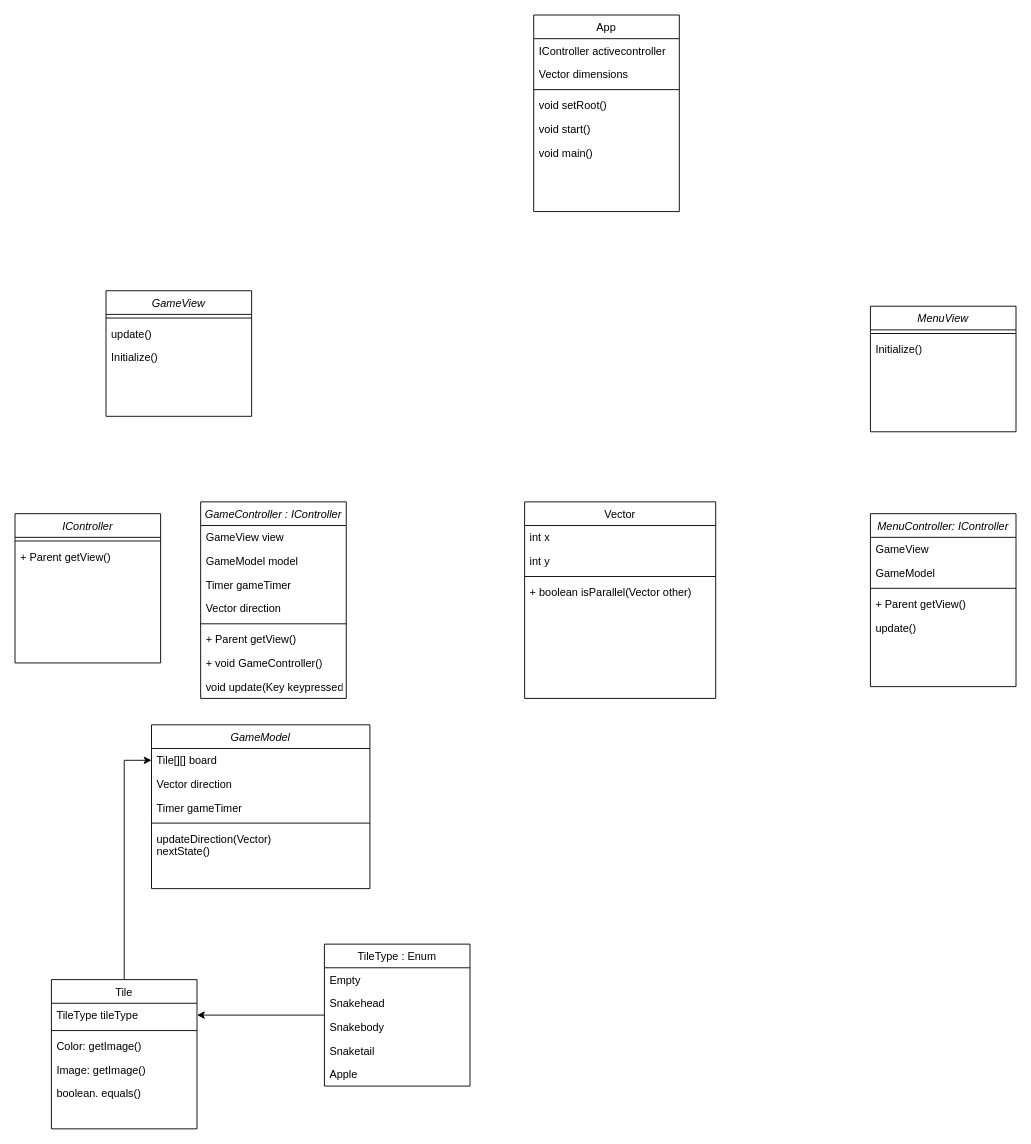
This is Documentation/MainClassDiagram.drawio from Buildasaurus/02104-Snake, a draw.io file, before an edit. Source tidied: cells renumbered, new cells numbered last; positions are measured from the earlier drawing's top-left corner, leaving out a move shared by most shapes. Both pictures are drawn from the tidied source at 91%, with x=0, y=0 at pixel (15, 15).
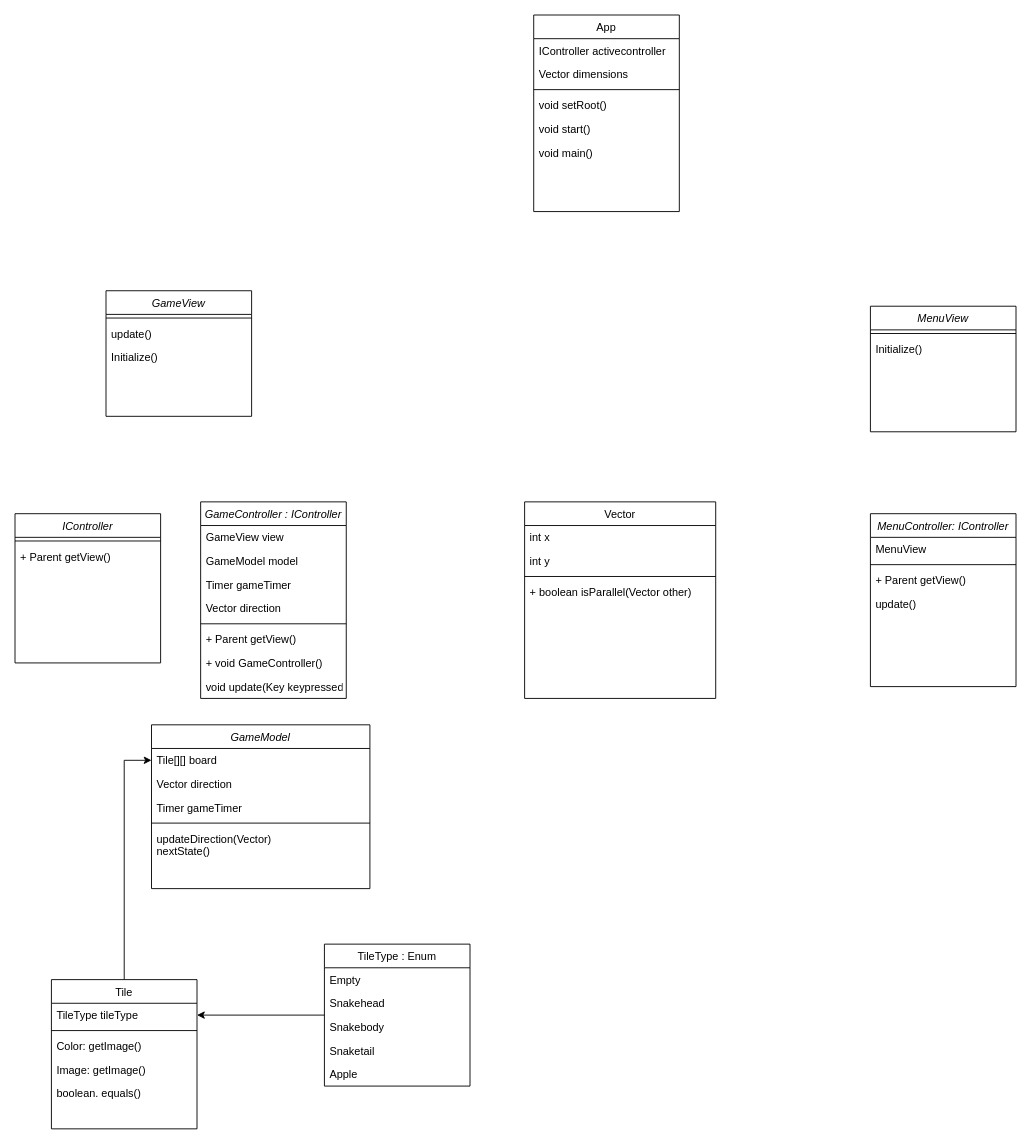
Above is the later version.

The change refers to these unchanged cells:
```xml
<mxCell id="50" value="MenuController: IController" style="swimlane;fontStyle=2;align=center;verticalAlign=top;horizontal=1;startSize=26;rounded=0;shadow=0;strokeWidth=1;" parent="1" vertex="1">
  <mxGeometry x="940" y="548" width="160" height="190" as="geometry" />
</mxCell>
```

Change to the diagram source:
```diff
@@
-    <mxCell id="51" value="GameView" style="text;align=left;verticalAlign=top;spacingLeft=4;spacingRight=4;overflow=hidden;rounded=0;shadow=0;html=0;" parent="50" vertex="1">
+    <mxCell id="51" value="MenuView" style="text;align=left;verticalAlign=top;spacingLeft=4;spacingRight=4;overflow=hidden;rounded=0;shadow=0;html=0;" parent="50" vertex="1">
       <mxGeometry y="26" width="160" height="26" as="geometry" />
     </mxCell>
-    <mxCell id="52" value="GameModel" style="text;align=left;verticalAlign=top;spacingLeft=4;spacingRight=4;overflow=hidden;rounded=0;shadow=0;html=0;" parent="50" vertex="1">
-      <mxGeometry y="52" width="160" height="26" as="geometry" />
-    </mxCell>
     <mxCell id="53" style="line;html=1;strokeWidth=1;align=left;verticalAlign=middle;spacingTop=-1;spacingLeft=3;spacingRight=3;labelPosition=right;" parent="50" vertex="1">
-      <mxGeometry y="78" width="160" height="8" as="geometry" />
+      <mxGeometry y="52" width="160" height="8" as="geometry" />
     </mxCell>
     <mxCell id="54" value="+ Parent getView()" style="text;align=left;verticalAlign=top;spacingLeft=4;spacingRight=4;overflow=hidden;" parent="50" vertex="1">
-      <mxGeometry y="86" width="160" height="26" as="geometry" />
+      <mxGeometry y="60" width="160" height="26" as="geometry" />
     </mxCell>
     <mxCell id="55" value="update()" style="text;align=left;verticalAlign=top;spacingLeft=4;spacingRight=4;overflow=hidden;" parent="50" vertex="1">
-      <mxGeometry y="112" width="160" height="26" as="geometry" />
+      <mxGeometry y="86" width="160" height="26" as="geometry" />
     </mxCell>
```
